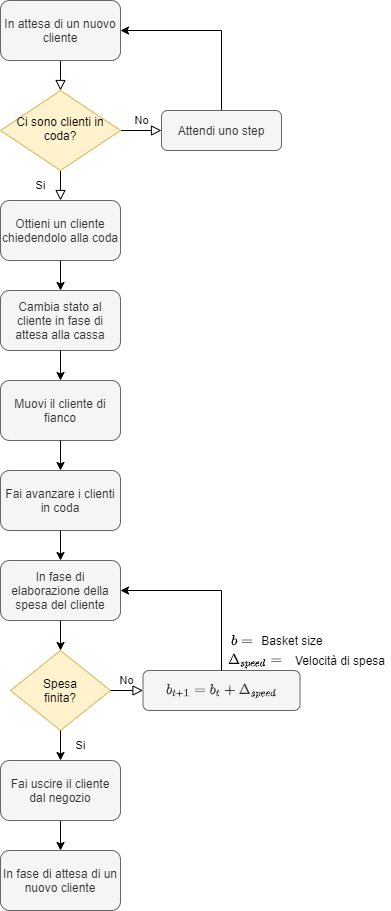
Above: doc/report/images/workflow_cashdesk_standard.png in AuPath/Supermarket-Checkout-Simulation (draw.io), before the change. Source tidied: cells renumbered, new cells last; positions are measured from the earlier drawing's top-left corner, leaving out a move shared by most shapes.
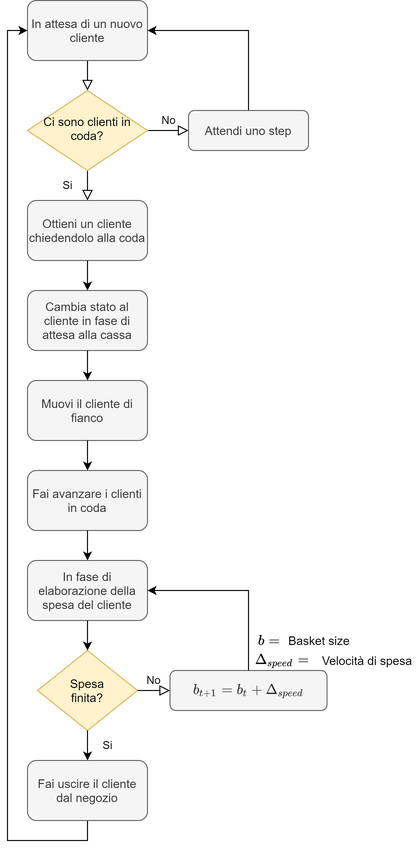
After the change.

Diff of the diagram source:
```diff
@@ -53,8 +53,15 @@
     <mxCell id="18" value="Velocità di spesa" style="text;html=1;strokeColor=none;fillColor=none;align=center;verticalAlign=middle;whiteSpace=wrap;rounded=0;" parent="1" vertex="1">
       <mxGeometry x="290" y="650" width="100" height="20" as="geometry" />
     </mxCell>
-    <mxCell id="19" style="edgeStyle=orthogonalEdgeStyle;rounded=0;jettySize=auto;html=1;entryX=0.5;entryY=0;entryDx=0;entryDy=0;startArrow=none;exitX=0.5;exitY=1;exitDx=0;exitDy=0;" parent="1" edge="1" source="20" target="30">
-      <mxGeometry relative="1" as="geometry" />
+    <mxCell id="19" style="edgeStyle=orthogonalEdgeStyle;rounded=0;jettySize=auto;html=1;startArrow=none;exitX=0.5;exitY=1;exitDx=0;exitDy=0;" parent="1" edge="1" source="20">
+      <mxGeometry relative="1" as="geometry">
+        <mxPoint y="30" as="targetPoint" />
+        <Array as="points">
+          <mxPoint x="60" y="840" />
+          <mxPoint x="-20" y="840" />
+          <mxPoint x="-20" y="30" />
+        </Array>
+      </mxGeometry>
     </mxCell>
     <mxCell id="20" value="Fai uscire il cliente dal negozio" style="rounded=1;whiteSpace=wrap;html=1;fillColor=#f5f5f5;strokeColor=#666666;fontColor=#333333;" parent="1" vertex="1">
       <mxGeometry y="760" width="120" height="60" as="geometry" />
@@ -86,8 +93,5 @@
     <mxCell id="29" style="edgeStyle=orthogonalEdgeStyle;rounded=0;jettySize=auto;html=1;exitX=0.5;exitY=1;exitDx=0;exitDy=0;entryX=0.5;entryY=0;entryDx=0;entryDy=0;" parent="1" edge="1" source="26" target="14">
       <mxGeometry relative="1" as="geometry" />
     </mxCell>
-    <mxCell id="30" value="In fase di attesa di un nuovo cliente" style="rounded=1;whiteSpace=wrap;html=1;fillColor=#f5f5f5;strokeColor=#666666;fontColor=#333333;" parent="1" vertex="1">
-      <mxGeometry y="850" width="120" height="60" as="geometry" />
-    </mxCell>
   </root>
 </mxGraphModel>
```
